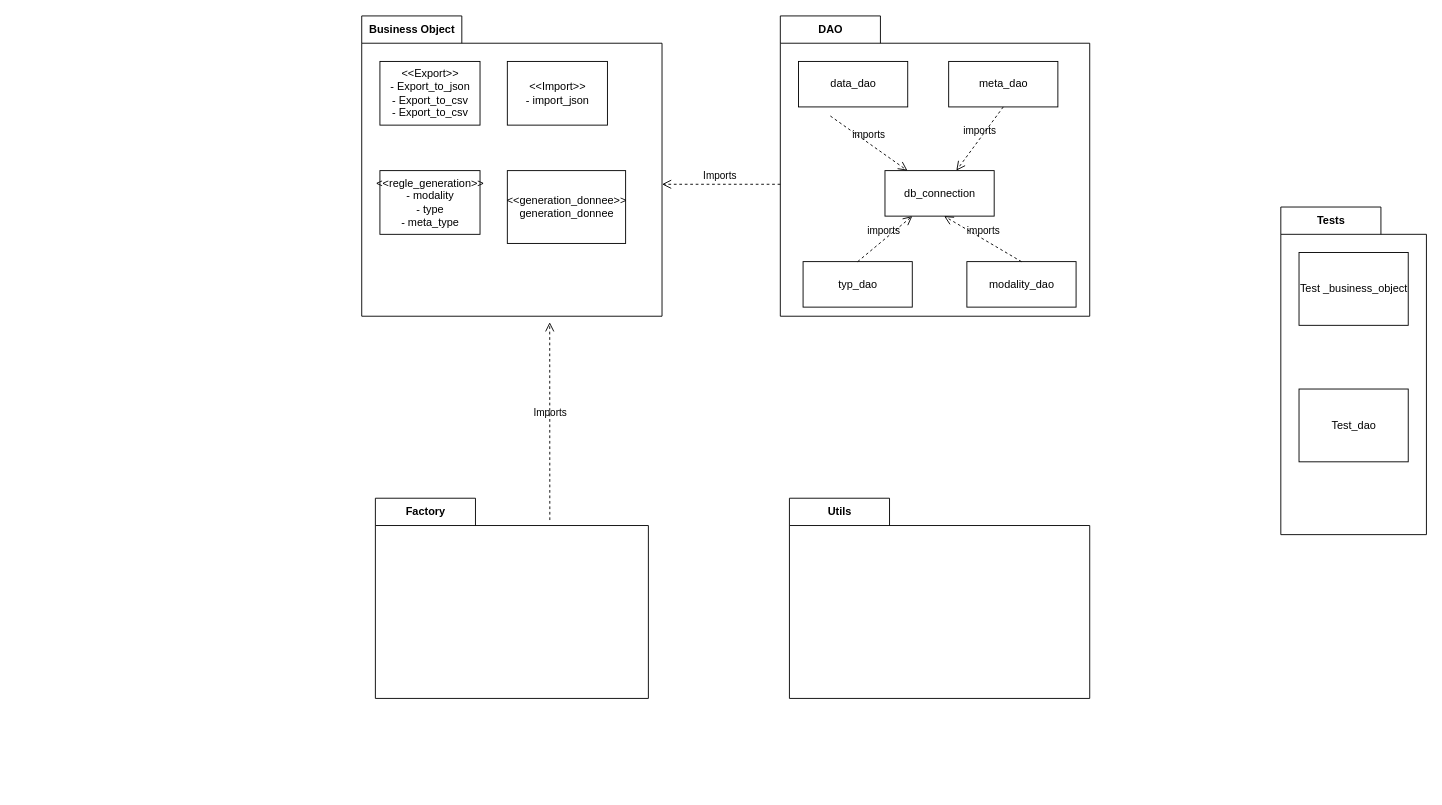
This is diagramme_de_paquetage.drawio from AdrienCortada/Projet-info-2A, a draw.io file, before an edit. Source tidied: cells renumbered, new cells numbered last; positions are measured from the earlier drawing's top-left corner, leaving out a move shared by most shapes. Both pictures are drawn from the tidied source at 91%, with x=0, y=0 at pixel (361, 15).
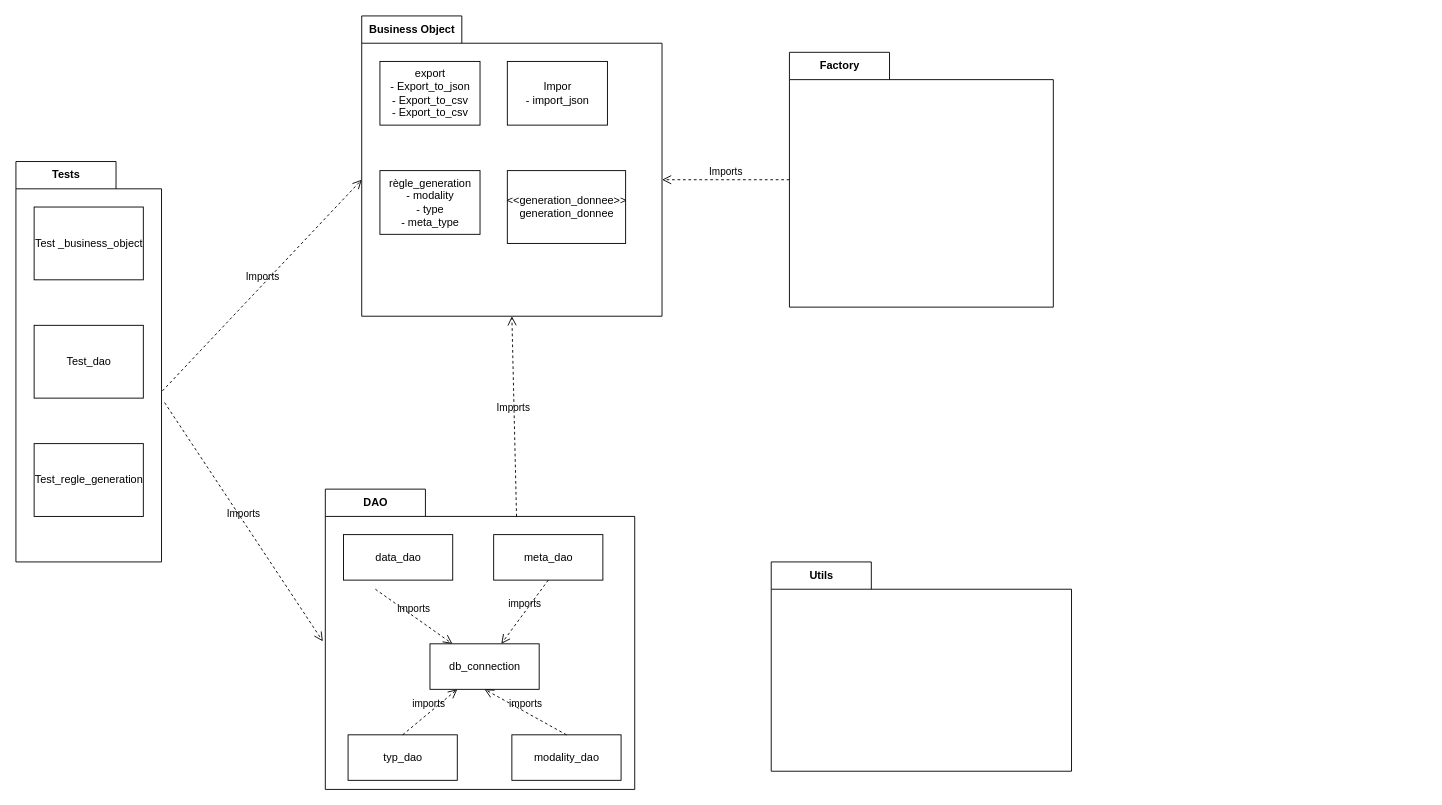
Above is the later version.

Unchanged cells that the change refers to:
```xml
<mxCell id="2" value="Business Object" style="shape=folder;fontStyle=1;tabWidth=110;tabHeight=30;tabPosition=left;html=1;boundedLbl=1;labelInHeader=1;" parent="1" vertex="1">
  <mxGeometry width="330" height="330" as="geometry" />
</mxCell>
<mxCell id="10" value="db_connection" style="html=1;" parent="7" vertex="1">
  <mxGeometry x="115" y="170" width="120" height="50" as="geometry" />
</mxCell>
<mxCell id="11" value="modality_dao" style="html=1;" parent="7" vertex="1">
  <mxGeometry x="205" y="270" width="120" height="50" as="geometry" />
</mxCell>
```

What changed in the source:
```diff
@@
-    <mxCell id="3" value="&amp;lt;&amp;lt;Export&amp;gt;&amp;gt;&lt;br&gt;- Export_to_json&lt;br&gt;- Export_to_csv&lt;br&gt;- Export_to_csv" style="html=1;" parent="2" vertex="1">
+    <mxCell id="3" value="export&lt;br&gt;- Export_to_json&lt;br&gt;- Export_to_csv&lt;br&gt;- Export_to_csv" style="html=1;" parent="2" vertex="1">
       <mxGeometry width="110" height="70" relative="1" as="geometry">
         <mxPoint x="20" y="50" as="offset" />
       </mxGeometry>
     </mxCell>
-    <mxCell id="4" value="&amp;lt;&amp;lt;Import&amp;gt;&amp;gt;&lt;br&gt;- import_json" style="html=1;" parent="2" vertex="1">
+    <mxCell id="4" value="Impor&lt;br&gt;- import_json" style="html=1;" parent="2" vertex="1">
       <mxGeometry x="160" y="50" width="110" height="70" as="geometry" />
     </mxCell>
-    <mxCell id="5" value="&amp;lt;&amp;lt;regle_generation&amp;gt;&amp;gt;&lt;br&gt;- modality&lt;br&gt;- type&lt;br&gt;- meta_type" style="html=1;" parent="2" vertex="1">
+    <mxCell id="5" value="règle_generation&lt;br&gt;- modality&lt;br&gt;- type&lt;br&gt;- meta_type" style="html=1;" parent="2" vertex="1">
       <mxGeometry x="20" y="170" width="110" height="70" as="geometry" />
     </mxCell>
@@
     <mxCell id="7" value="DAO" style="shape=folder;fontStyle=1;tabWidth=110;tabHeight=30;tabPosition=left;html=1;boundedLbl=1;labelInHeader=1;" parent="1" vertex="1">
-      <mxGeometry x="460" width="340" height="330" as="geometry" />
+      <mxGeometry x="-40" y="520" width="340" height="330" as="geometry" />
     </mxCell>
@@
-    <mxCell id="16" value="imports" style="endArrow=open;startArrow=none;endFill=0;startFill=0;endSize=8;html=1;verticalAlign=bottom;dashed=1;labelBackgroundColor=none;exitX=0.5;exitY=0;exitDx=0;exitDy=0;" parent="1" edge="1" source="11">
-      <mxGeometry relative="1" as="geometry">
-        <mxPoint x="640" y="220" as="targetPoint" />
-      </mxGeometry>
+    <mxCell id="16" value="imports" style="endArrow=open;startArrow=none;endFill=0;startFill=0;endSize=8;html=1;verticalAlign=bottom;dashed=1;labelBackgroundColor=none;exitX=0.5;exitY=0;exitDx=0;exitDy=0;entryX=0.5;entryY=1;entryDx=0;entryDy=0;" parent="7" edge="1" source="11" target="10">
+      <mxGeometry relative="1" as="geometry" />
     </mxCell>
-    <mxCell id="17" value="Imports&amp;nbsp;" style="endArrow=open;startArrow=none;endFill=0;startFill=0;endSize=8;html=1;verticalAlign=bottom;dashed=1;labelBackgroundColor=none;entryX=0;entryY=0;entryDx=330;entryDy=185;entryPerimeter=0;exitX=0;exitY=0;exitDx=0;exitDy=185;exitPerimeter=0;" parent="1" edge="1" source="7" target="2">
+    <mxCell id="17" value="Imports&amp;nbsp;" style="endArrow=open;startArrow=none;endFill=0;startFill=0;endSize=8;html=1;verticalAlign=bottom;dashed=1;labelBackgroundColor=none;entryX=0.5;entryY=1;entryDx=0;entryDy=0;entryPerimeter=0;exitX=0.618;exitY=0.091;exitDx=0;exitDy=0;exitPerimeter=0;" parent="1" edge="1" source="7" target="2">
       <mxGeometry relative="1" as="geometry" />
     </mxCell>
     <mxCell id="18" value="Tests" style="shape=folder;fontStyle=1;tabWidth=110;tabHeight=30;tabPosition=left;html=1;boundedLbl=1;labelInHeader=1;" parent="1" vertex="1">
-      <mxGeometry x="1010" y="210" width="160" height="360" as="geometry" />
+      <mxGeometry x="-380" y="160" width="160" height="440" as="geometry" />
     </mxCell>
@@
     <mxCell id="20" value="Test_dao" style="html=1;" parent="18" vertex="1">
-      <mxGeometry x="20" y="200" width="120" height="80" as="geometry" />
+      <mxGeometry x="20" y="180" width="120" height="80" as="geometry" />
     </mxCell>
+    <mxCell id="24" value="Test_regle_generation" style="html=1;" parent="18" vertex="1">
+      <mxGeometry x="20" y="310" width="120" height="80" as="geometry" />
+    </mxCell>
     <mxCell id="21" value="Factory" style="shape=folder;fontStyle=1;tabWidth=110;tabHeight=30;tabPosition=left;html=1;boundedLbl=1;labelInHeader=1;" parent="1" vertex="1">
-      <mxGeometry x="15" y="530" width="300" height="220" as="geometry" />
+      <mxGeometry x="470" y="40" width="290" height="280" as="geometry" />
     </mxCell>
     <mxCell id="22" value="Utils" style="shape=folder;fontStyle=1;tabWidth=110;tabHeight=30;tabPosition=left;html=1;boundedLbl=1;labelInHeader=1;" parent="1" vertex="1">
-      <mxGeometry x="470" y="530" width="330" height="220" as="geometry" />
+      <mxGeometry x="450" y="600" width="330" height="230" as="geometry" />
     </mxCell>
-    <mxCell id="23" value="Imports" style="endArrow=open;startArrow=none;endFill=0;startFill=0;endSize=8;html=1;verticalAlign=bottom;dashed=1;labelBackgroundColor=none;exitX=0.639;exitY=0.109;exitDx=0;exitDy=0;exitPerimeter=0;entryX=0.626;entryY=1.02;entryDx=0;entryDy=0;entryPerimeter=0;" parent="1" edge="1" source="21" target="2">
+    <mxCell id="23" value="Imports" style="endArrow=open;startArrow=none;endFill=0;startFill=0;endSize=8;html=1;verticalAlign=bottom;dashed=1;labelBackgroundColor=none;entryX=0;entryY=0;entryDx=330;entryDy=180;entryPerimeter=0;" parent="1" edge="1" source="21" target="2">
       <mxGeometry relative="1" as="geometry" />
     </mxCell>
+    <mxCell id="25" value="Imports" style="endArrow=open;startArrow=none;endFill=0;startFill=0;endSize=8;html=1;verticalAlign=bottom;dashed=1;labelBackgroundColor=none;entryX=0;entryY=0;entryDx=0;entryDy=180;entryPerimeter=0;exitX=1.006;exitY=0.573;exitDx=0;exitDy=0;exitPerimeter=0;" parent="1" edge="1" source="18" target="2">
+      <mxGeometry relative="1" as="geometry" />
+    </mxCell>
+    <mxCell id="26" value="Imports" style="endArrow=open;startArrow=none;endFill=0;startFill=0;endSize=8;html=1;verticalAlign=bottom;dashed=1;labelBackgroundColor=none;exitX=1.021;exitY=0.602;exitDx=0;exitDy=0;exitPerimeter=0;entryX=-0.008;entryY=0.507;entryDx=0;entryDy=0;entryPerimeter=0;" parent="1" edge="1" source="18" target="7">
+      <mxGeometry relative="1" as="geometry" />
+    </mxCell>
```
